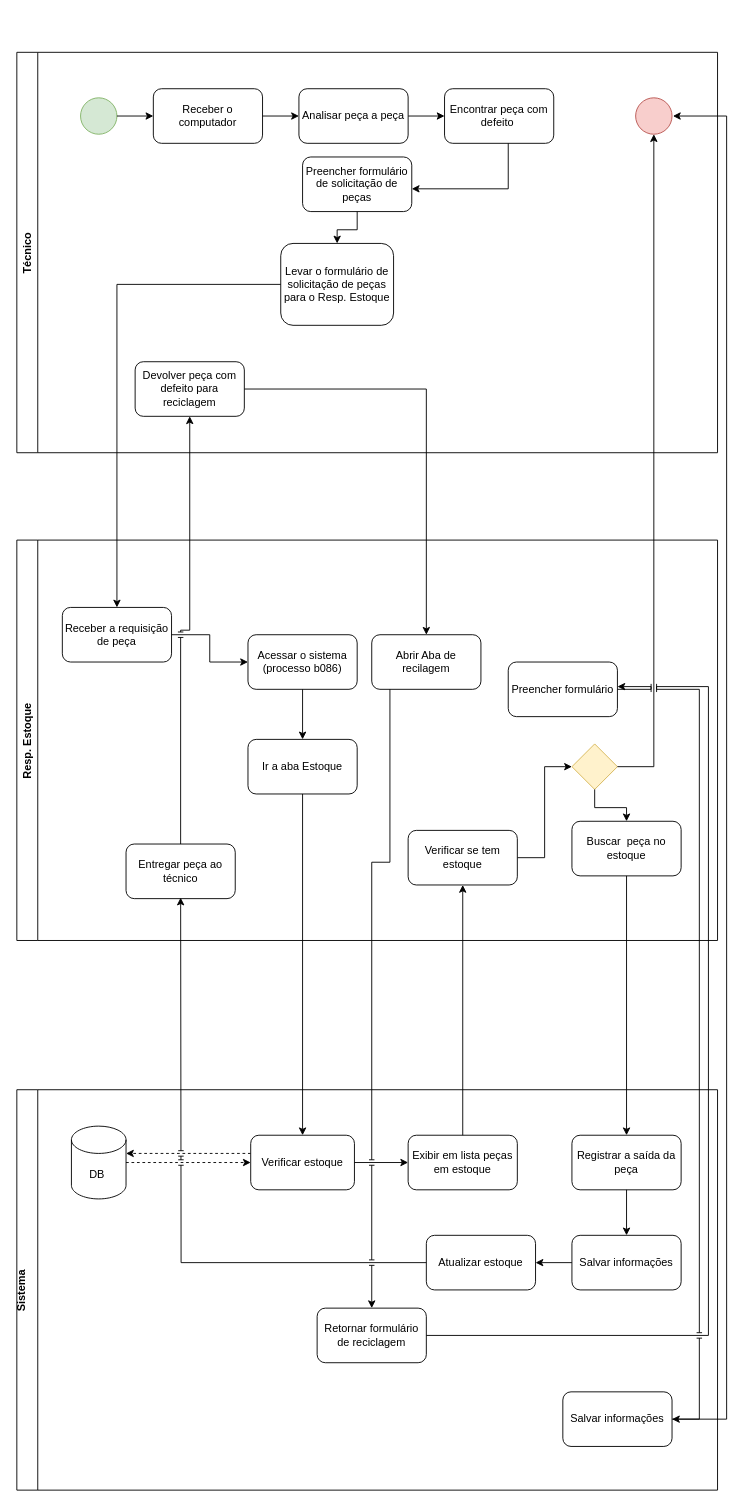
Above: page "Peças" (2 of 3) of Untitled Diagram.drawio in joao-barabba/Programa-o-Web (draw.io), before the change. Source tidied: cells renumbered, new cells numbered last; positions are measured from the earlier drawing's top-left corner, leaving out a move shared by most shapes. Both pictures are drawn from the tidied source at 91%, with x=0, y=0 at pixel (16, 52).
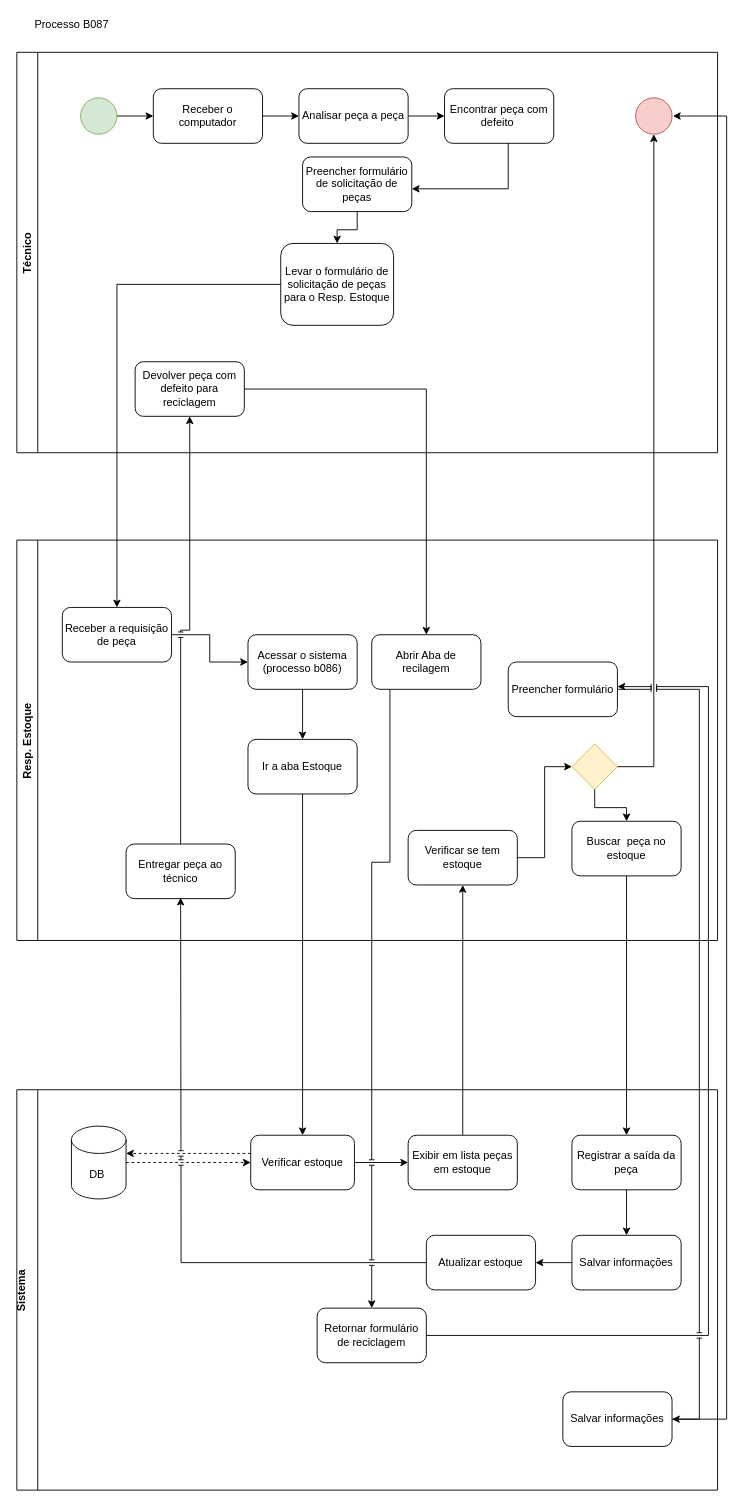
The same page after the edit.

The edit, as a diff of the source:
```diff
@@
+    <mxCell id="56" value="Processo B087" style="text;html=1;align=center;verticalAlign=middle;strokeColor=none;fillColor=none;" parent="1" vertex="1">
+      <mxGeometry x="10" y="-40" width="100" height="20" as="geometry" />
+    </mxCell>
```
